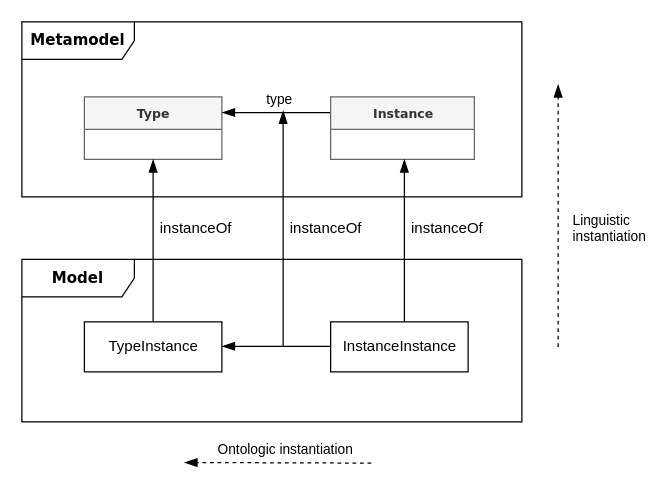
Before: Figures/Instantiation.drawio in labsticc-p4s/multi-process-challenge, a draw.io diagram. Source tidied: cells renumbered, new cells numbered last; positions are measured from the earlier drawing's top-left corner, leaving out a move shared by most shapes. Both pictures are drawn from the tidied source at 125%, with x=0, y=0 at pixel (21, 21).
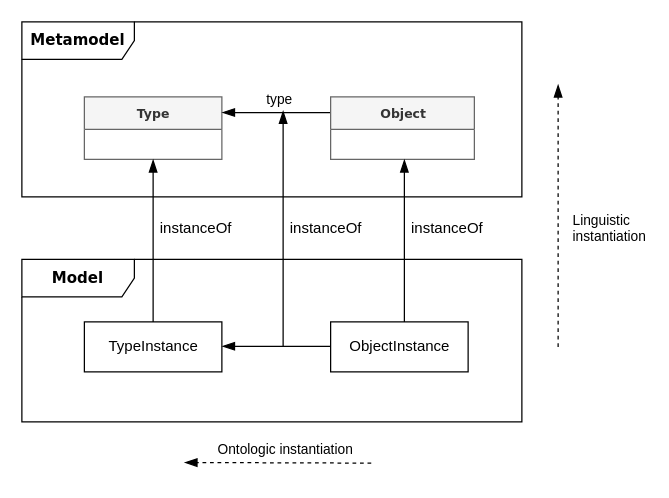
After the change.

Diff of the diagram source:
```diff
@@
-    <mxCell id="5" value="&lt;b&gt;Instance&lt;/b&gt;" style="swimlane;html=1;fontStyle=0;horizontal=1;startSize=26;fillColor=#f5f5f5;swimlaneFillColor=#ffffff;rounded=0;shadow=0;comic=0;labelBackgroundColor=none;strokeWidth=1;fontFamily=Verdana;fontSize=10;align=center;strokeColor=#666666;fontColor=#333333;" parent="1" vertex="1">
+    <mxCell id="5" value="&lt;div&gt;&lt;b&gt;Object&lt;/b&gt;&lt;/div&gt;" style="swimlane;html=1;fontStyle=0;horizontal=1;startSize=26;fillColor=#f5f5f5;swimlaneFillColor=#ffffff;rounded=0;shadow=0;comic=0;labelBackgroundColor=none;strokeWidth=1;fontFamily=Verdana;fontSize=10;align=center;strokeColor=#666666;fontColor=#333333;" parent="1" vertex="1">
       <mxGeometry x="247" y="60" width="115" height="50" as="geometry" />
     </mxCell>
@@
-    <mxCell id="9" value="InstanceInstance" style="html=1;" parent="1" vertex="1">
+    <mxCell id="9" value="ObjectInstance" style="html=1;" parent="1" vertex="1">
       <mxGeometry x="247" y="240" width="110" height="40" as="geometry" />
     </mxCell>
```
